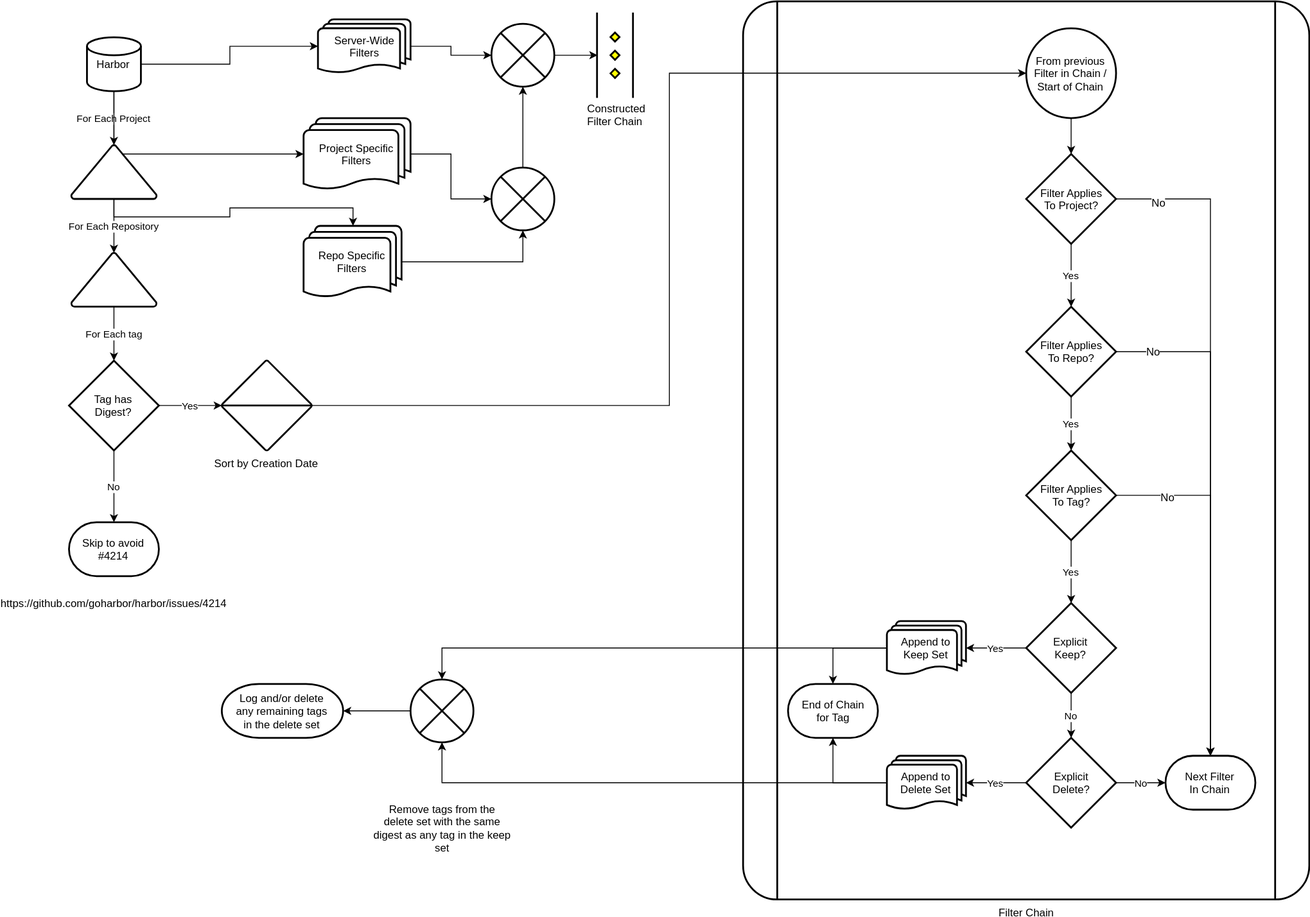
Above: process.svg in nlowe/harbor-tag-retention-proposal (draw.io), before the change. Source tidied: cells renumbered, new cells last; positions are measured from the earlier drawing's top-left corner, leaving out a move shared by most shapes.
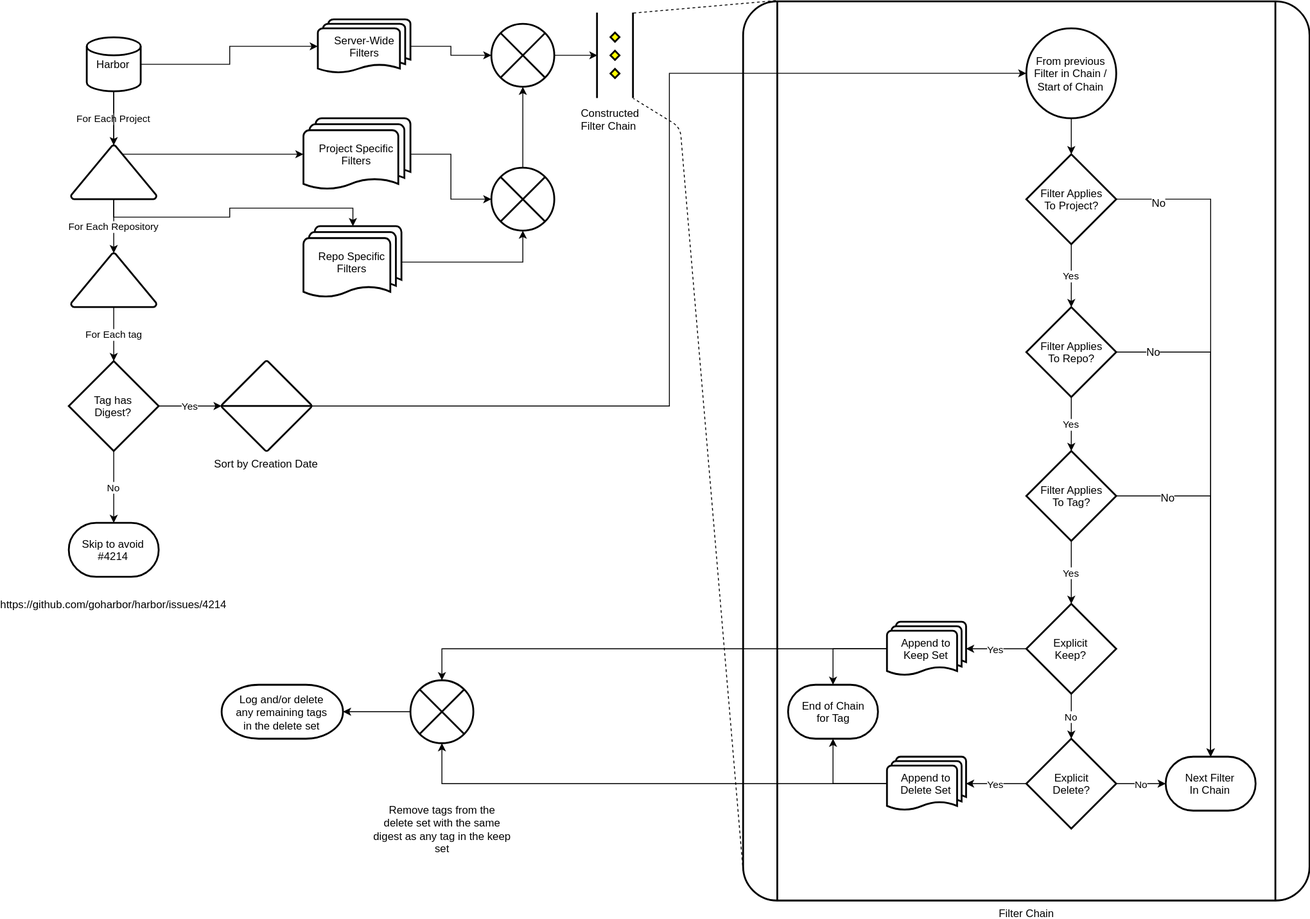
The same diagram one commit later.

Commit message:
Clarify process diagram

Diff of the diagram source:
```diff
@@ -183,7 +183,17 @@
       <mxGeometry x="560" y="40" width="95" height="40" as="geometry" />
     </mxCell>
     <mxCell id="62" value="Constructed&lt;br&gt;Filter Chain&lt;br&gt;" style="text;html=1;align=left;verticalAlign=top;spacingTop=-4;" parent="1" vertex="1">
-      <mxGeometry x="575" y="110" width="80" height="30" as="geometry" />
+      <mxGeometry x="567.5" y="115" width="80" height="30" as="geometry" />
     </mxCell>
+    <mxCell id="63" style="endArrow=none;dashed=1;html=1;exitX=1;exitY=1;exitPerimeter=0;entryX=0.06;entryY=-0.001;entryPerimeter=0;" parent="1" edge="1" source="61" target="6">
+      <mxGeometry relative="1" as="geometry" />
+    </mxCell>
+    <mxCell id="64" style="endArrow=none;dashed=1;html=1;entryX=0;entryY=1;entryPerimeter=0;exitX=0;exitY=0.967;exitPerimeter=0;" parent="1" edge="1" source="6" target="61">
+      <mxGeometry relative="1" as="geometry">
+        <Array as="points">
+          <mxPoint x="680" y="140" />
+        </Array>
+      </mxGeometry>
+    </mxCell>
   </root>
 </mxGraphModel>
```
